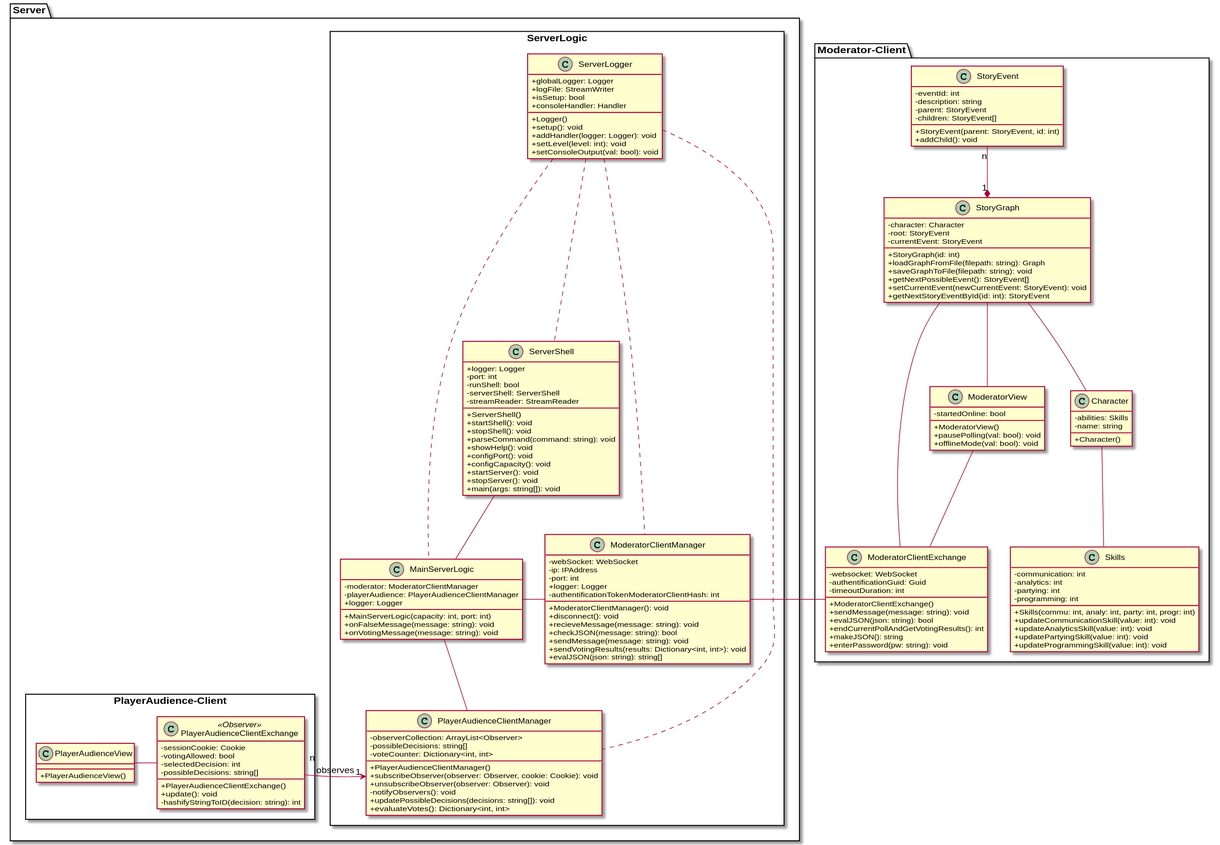
Brotenko/QualityQuest keeps this PlantUML diagram as Docs/Technical Specifications/docs/diagrams/ClassDiagrams/ClassDiagram.svg. Above is the earlier version. The source it was exported from:
```plantuml
@startuml
skinparam classAttributeIconSize 0

package "Moderator-Client" {

  class StoryEvent {
    {field} -eventId: int
    {field} -description: string
    {field} -parent: StoryEvent
    {field} -children: StoryEvent[]
    {method} +StoryEvent(parent: StoryEvent, id: int)
    {method} +addChild(): void
  }

  class StoryGraph {
    {field} -character: Character
    {field} -root: StoryEvent
    {field} -currentEvent: StoryEvent
    {method} +StoryGraph(id: int)
    {method} +loadGraphFromFile(filepath: string): Graph
    {method} +saveGraphToFile(filepath: string): void
    {method} +getNextPossibleEvent(): StoryEvent[]
    {method} +setCurrentEvent(newCurrentEvent: StoryEvent): void
    {method} +getNextStoryEventById(id: int): StoryEvent
  }

  class "ModeratorView" as mf {
    {field} -startedOnline: bool
    {method} +ModeratorView()
    {method} +pausePolling(val: bool): void
    {method} +offlineMode(val: bool): void
  }

  class "ModeratorClientExchange" as mcei{
    {field} -websocket: WebSocket
    {field} -authentificationGuid: Guid
    {field} -timeoutDuration: int
    {method} +ModeratorClientExchange()
    {method} +sendMessage(message: string): void
    {method} +evalJSON(json: string): bool
    {method} +endCurrentPollAndGetVotingResults(): int
    {method} +makeJSON(): string
    {method} +enterPassword(pw: string): void
  }

  class Skills {
    {field} -communication: int
    {field} -analytics: int
    {field} -partying: int
    {field} -programming: int
    {method} + Skills(commu: int, analy: int, party: int, progr: int)
    {method} + updateCommunicationSkill(value: int): void
    {method} + updateAnalyticsSkill(value: int): void
    {method} + updatePartyingSkill(value: int): void
    {method} + updateProgrammingSkill(value: int): void
  }

  class Character {
    {field} -abilities: Skills
    {field} -name: string
    {method} +Character()
  }

  StoryEvent "n" --* "1" StoryGraph
  StoryGraph -- mf
  StoryGraph -- Character
  Character -- Skills
  mf -- mcei
  StoryGraph --- mcei
}

package "Server" {


  package "ServerLogic" <<Rectangle>>{
    class "ServerShell" as ss {
      {field} +logger: Logger
      {field} -port: int
      {field} -runShell: bool
      {field} -serverShell: ServerShell
      {field} -streamReader: StreamReader
      {method} +ServerShell()
      {method} +startShell(): void
      {method} +stopShell(): void
      {method} +parseCommand(command: string): void
      {method} +showHelp(): void
      {method} +configPort(): void
      {method} +configCapacity(): void
      {method} +startServer(): void
      {method} +stopServer(): void
      {method} +main(args: string[]): void
    }

    class "ModeratorClientManager" as cm {
      {field} -webSocket: WebSocket
      {field} -ip: IPAddress
      {field} -port: int
      {field} +logger: Logger
      {field} -authentificationTokenModeratorClientHash: int
      {method} +ModeratorClientManager(): void
      {method} +disconnect(): void
      {method} +recieveMessage(message: string): void
      {method} +checkJSON(message: string): bool
      {method} +sendMessage(message: string): void
      {method} +sendVotingResults(results: Dictionary<int, int>): void
      {method} +evalJSON(json: string): string[]

    }

    class "MainServerLogic" as msl {
      {field} -moderator: ModeratorClientManager
      {field} -playerAudience: PlayerAudienceClientManager
      {field} +logger: Logger
      {method} +MainServerLogic(capacity: int, port: int)
      {method} +onFalseMessage(message: string): void
      {method} +onVotingMessage(message: string): void

    }

    class "PlayerAudienceClientManager" as api {
        {field} -observerCollection: ArrayList<Observer>
        {field} -possibleDecisions: string[]
        {field} -voteCounter: Dictionary<int, int>
        {method} +PlayerAudienceClientManager()
        {method} +subscribeObserver(observer: Observer, cookie: Cookie): void
        {method} +unsubscribeObserver(observer: Observer): void
        {method} -notifyObservers(): void
        {method} +updatePossibleDecisions(decisions: string[]): void
        {method} +evaluateVotes(): Dictionary<int, int>
  }

    class "ServerLogger" as sl {
      {field} +globalLogger: Logger
      {field} +logFile: StreamWriter
      {field} +isSetup: bool
      {field} +consoleHandler: Handler
      {method} +Logger()
      {method} +setup(): void
      {method} +addHandler(logger: Logger): void
      {method} +setLevel(level: int): void
      {method} +setConsoleOutput(val: bool): void
    }
  }
  package "PlayerAudience-Client" <<Rectangle>>{
    class "PlayerAudienceClientExchange" as pace <<Observer>>{
      {field} -sessionCookie: Cookie
      {field} -votingAllowed: bool
      {field} -selectedDecision: int
      {field} -possibleDecisions: string[]
      {method} +PlayerAudienceClientExchange()
      {method} +update(): void
      {method} -hashifyStringToID(decision: string): int
    }

    class "PlayerAudienceView" as pav {
      {method} +PlayerAudienceView()
    }
  }
  ss -- msl
  msl - cm
  msl -down- api
  sl ... cm
  sl ... msl
  sl ... api
  sl ... ss
  pace -left- pav
  api "1" <-right- "n" pace : observes
}

mcei -right- cm
@enduml
```
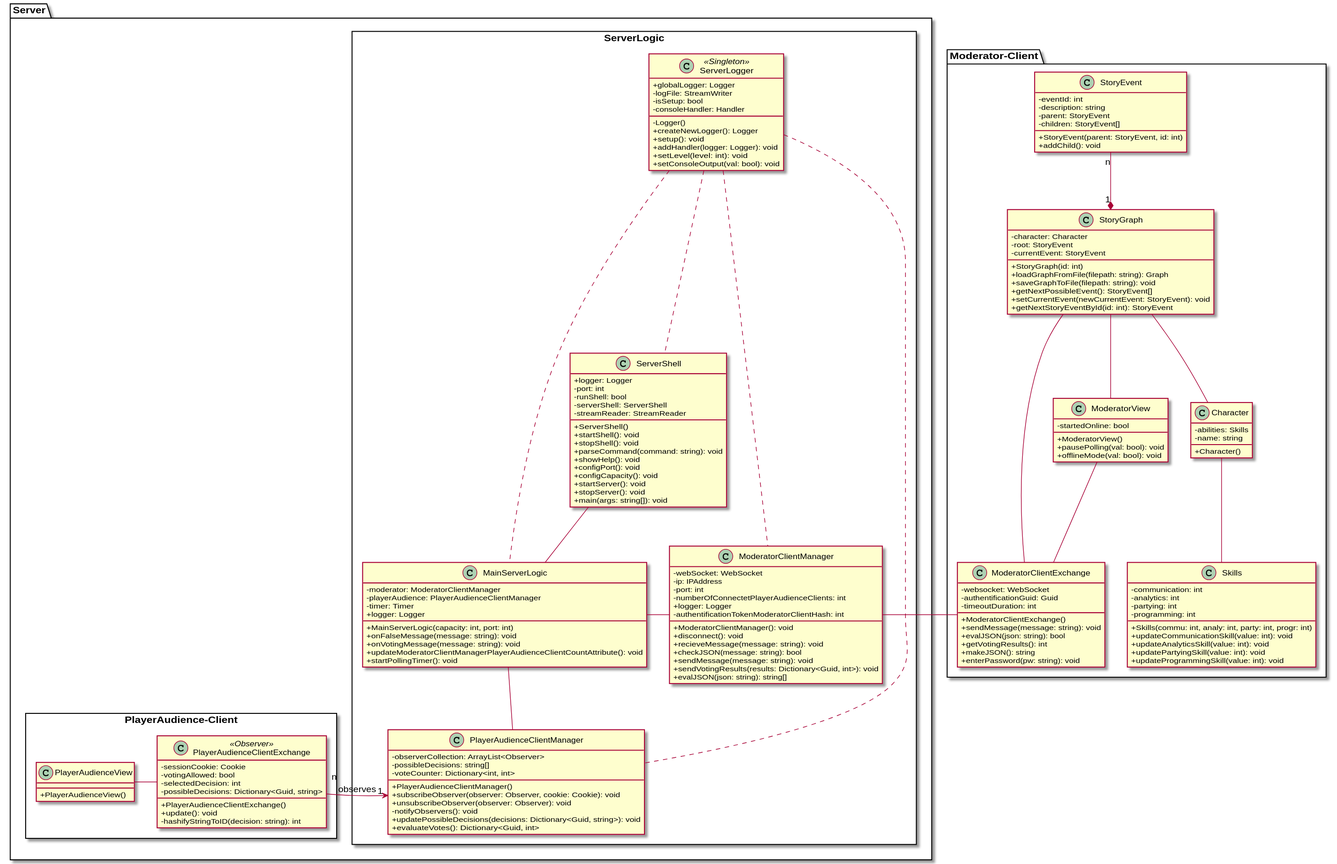
The same file after the commit.

Commit message:
optimized Class Diagramm

What changed in the source:
```diff
@@ -38,7 +38,7 @@
     {method} +ModeratorClientExchange()
     {method} +sendMessage(message: string): void
     {method} +evalJSON(json: string): bool
-    {method} +endCurrentPollAndGetVotingResults(): int
+    {method} +getVotingResults(): int
     {method} +makeJSON(): string
     {method} +enterPassword(pw: string): void
   }
@@ -95,6 +95,7 @@
       {field} -webSocket: WebSocket
       {field} -ip: IPAddress
       {field} -port: int
+      {field} -numberOfConnectetPlayerAudienceClients: int
       {field} +logger: Logger
       {field} -authentificationTokenModeratorClientHash: int
       {method} +ModeratorClientManager(): void
@@ -102,7 +103,7 @@
       {method} +recieveMessage(message: string): void
       {method} +checkJSON(message: string): bool
       {method} +sendMessage(message: string): void
-      {method} +sendVotingResults(results: Dictionary<int, int>): void
+      {method} +sendVotingResults(results: Dictionary<Guid, int>): void
       {method} +evalJSON(json: string): string[]
 
     }
@@ -110,11 +111,13 @@
     class "MainServerLogic" as msl {
       {field} -moderator: ModeratorClientManager
       {field} -playerAudience: PlayerAudienceClientManager
+      {field} -timer: Timer
       {field} +logger: Logger
       {method} +MainServerLogic(capacity: int, port: int)
       {method} +onFalseMessage(message: string): void
       {method} +onVotingMessage(message: string): void
-
+      {method} +updateModeratorClientManagerPlayerAudienceClientCountAttribute(): void
+      {method} +startPollingTimer(): void
     }
 
     class "PlayerAudienceClientManager" as api {
@@ -125,16 +128,17 @@
         {method} +subscribeObserver(observer: Observer, cookie: Cookie): void
         {method} +unsubscribeObserver(observer: Observer): void
         {method} -notifyObservers(): void
-        {method} +updatePossibleDecisions(decisions: string[]): void
-        {method} +evaluateVotes(): Dictionary<int, int>
+        {method} +updatePossibleDecisions(decisions: Dictionary<Guid, string>): void
+        {method} +evaluateVotes(): Dictionary<Guid, int>
   }
 
-    class "ServerLogger" as sl {
+    class "ServerLogger" as sl <<Singleton>> {
       {field} +globalLogger: Logger
-      {field} +logFile: StreamWriter
-      {field} +isSetup: bool
-      {field} +consoleHandler: Handler
-      {method} +Logger()
+      {field} -logFile: StreamWriter
+      {field} -isSetup: bool
+      {field} -consoleHandler: Handler
+      {method} -Logger()
+      {method} +createNewLogger(): Logger
       {method} +setup(): void
       {method} +addHandler(logger: Logger): void
       {method} +setLevel(level: int): void
@@ -146,7 +150,7 @@
       {field} -sessionCookie: Cookie
       {field} -votingAllowed: bool
       {field} -selectedDecision: int
-      {field} -possibleDecisions: string[]
+      {field} -possibleDecisions: Dictionary<Guid, string>
       {method} +PlayerAudienceClientExchange()
       {method} +update(): void
       {method} -hashifyStringToID(decision: string): int
```
